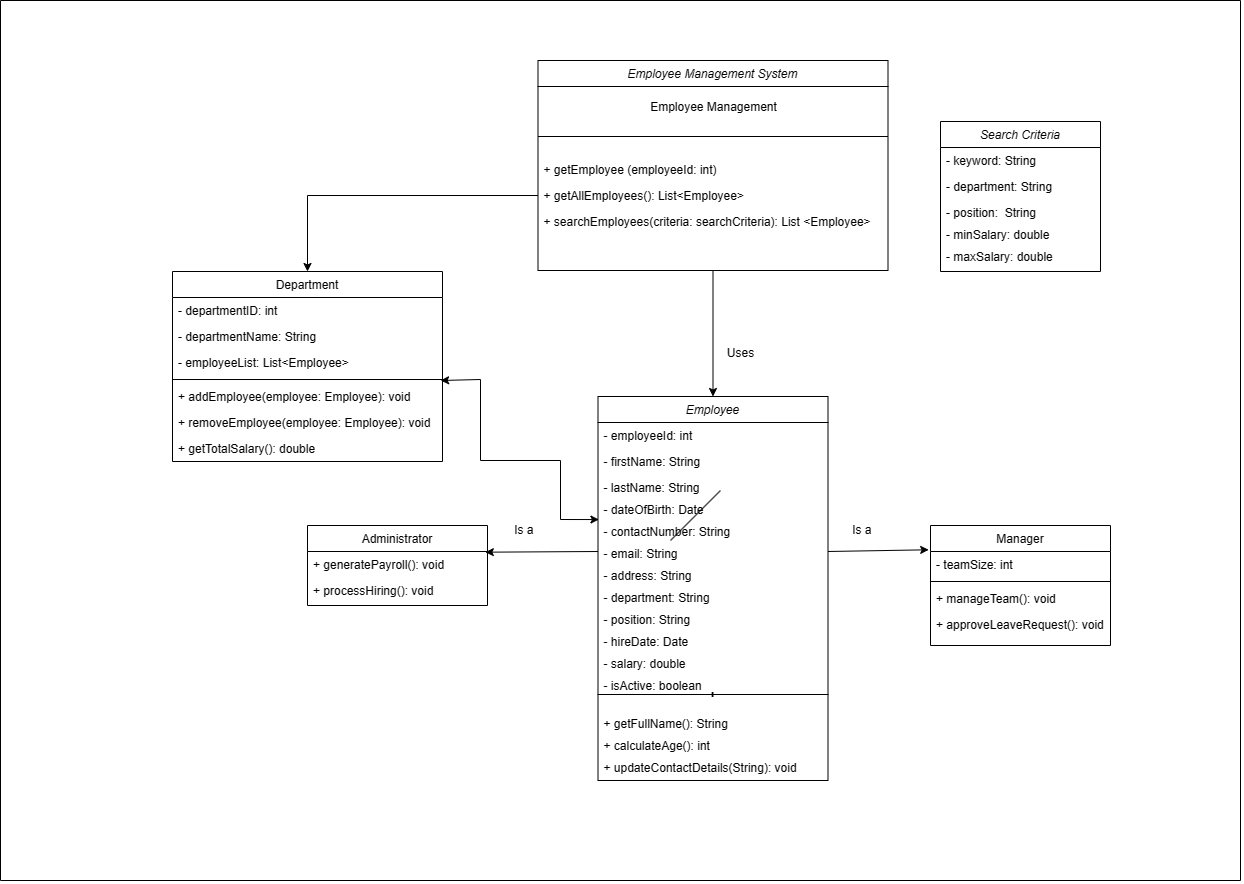
The draw.io diagram Class/classDiagram.drawio.png in ilten22/SAD, before a commit. Source tidied: cells renumbered, new cells last; positions are measured from the earlier drawing's top-left corner, leaving out a move shared by most shapes.
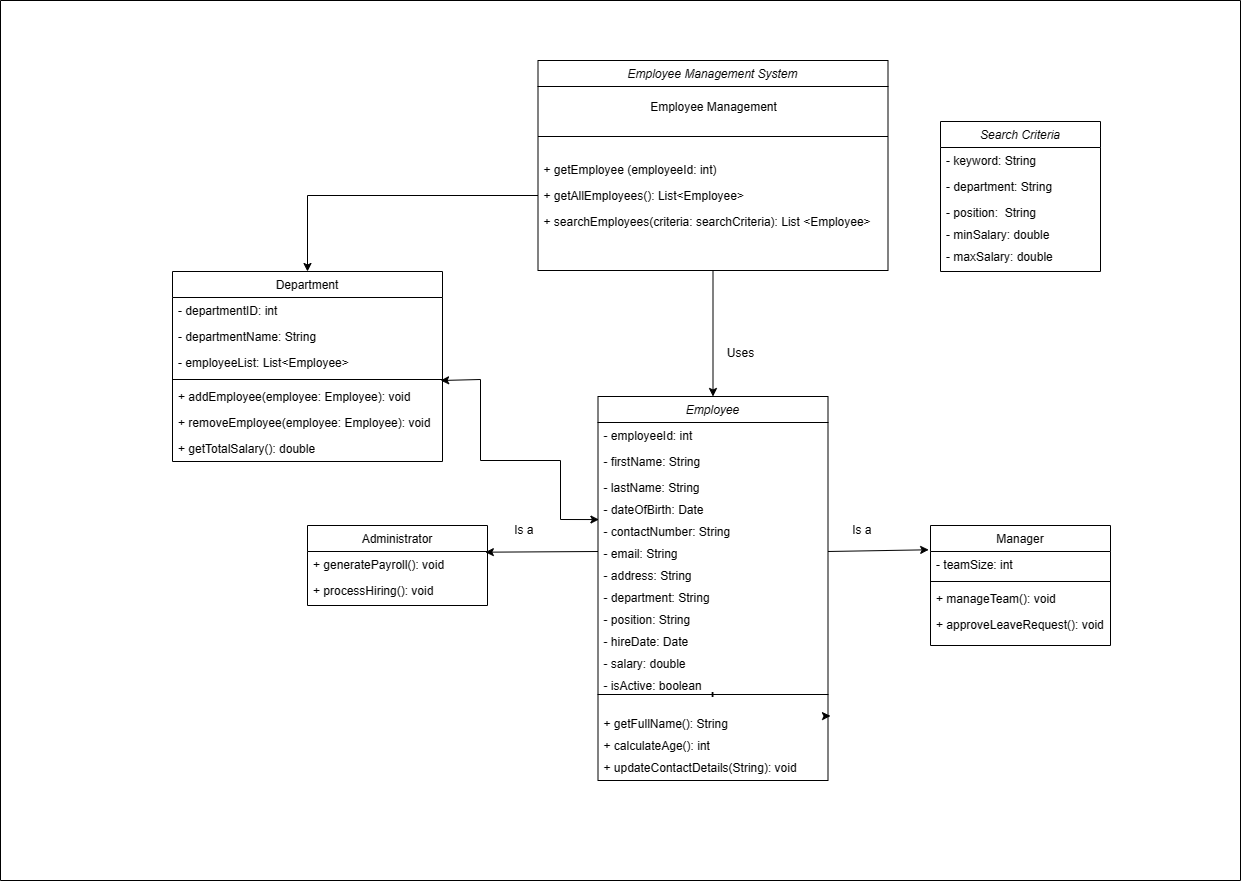
Later version of the same file.

Change to the diagram source:
```diff
@@ -178,12 +178,6 @@
         </Array>
       </mxGeometry>
     </mxCell>
-    <mxCell id="56" style="endArrow=none;html=1;rounded=0;" parent="1" edge="1">
-      <mxGeometry relative="1" as="geometry">
-        <mxPoint x="670" y="540" as="sourcePoint" />
-        <mxPoint x="720" y="490" as="targetPoint" />
-      </mxGeometry>
-    </mxCell>
     <mxCell id="57" style="endArrow=none;html=1;rounded=0;" parent="1" edge="1">
       <mxGeometry relative="1" as="geometry">
         <mxPoint y="880" as="sourcePoint" />
```
